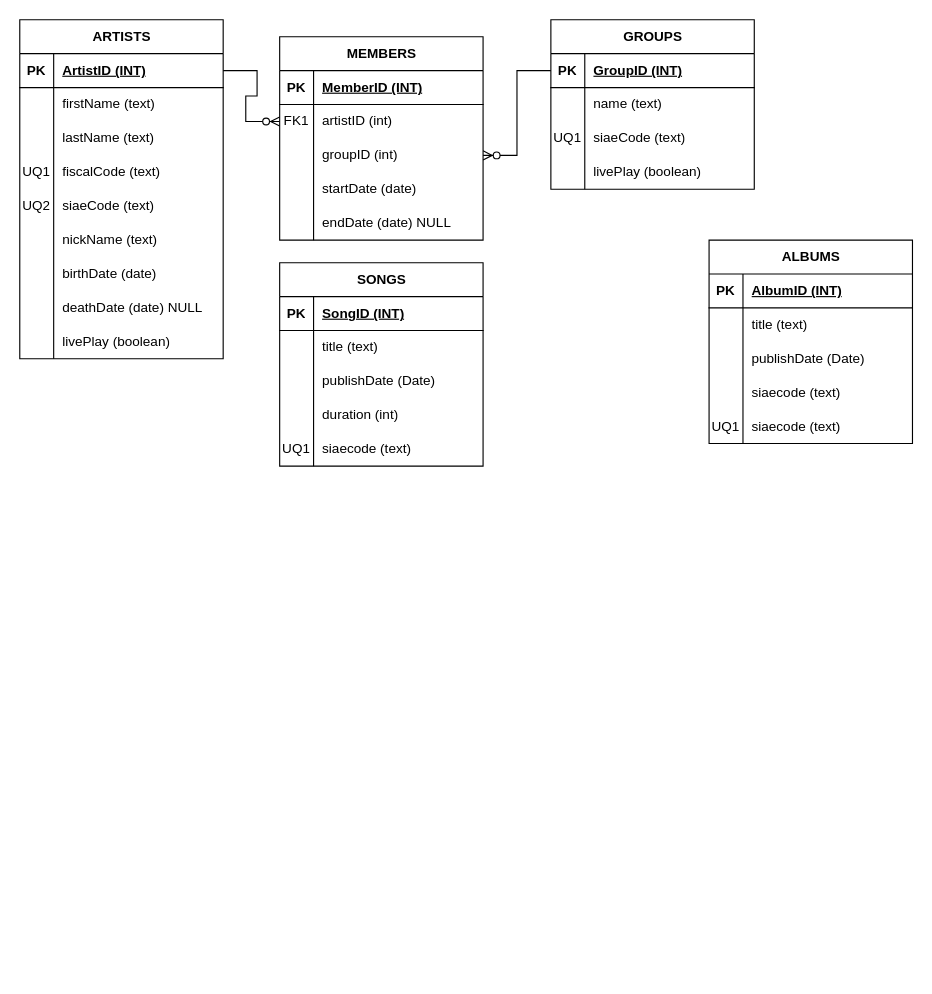
This is Record Company.drawio from federico-mariconti/SIAM-1838, a draw.io file, before an edit. Source tidied: cells renumbered, new cells numbered last; positions are measured from the earlier drawing's top-left corner, leaving out a move shared by most shapes. Both pictures are drawn from the tidied source at 113%, with x=0, y=0 at pixel (19, 19).
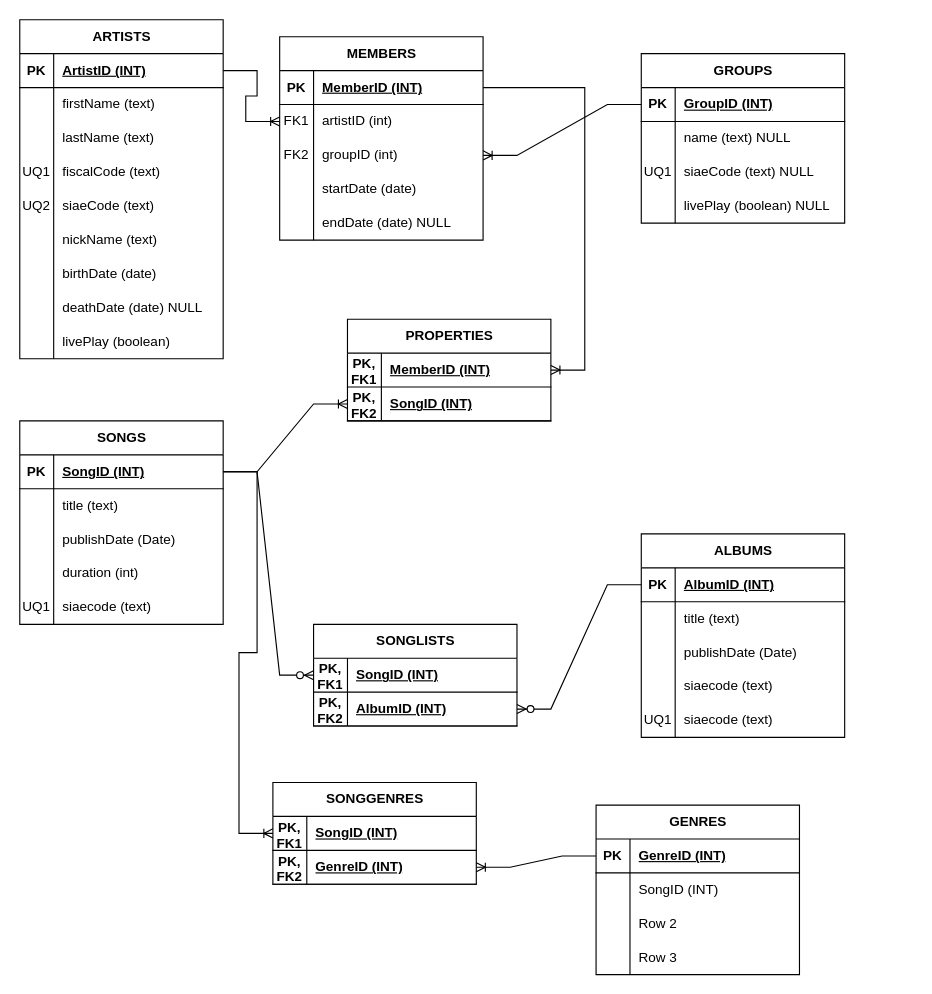
After the change.

Unchanged cells that the change refers to:
```xml
<mxCell id="3" style="shape=tableRow;horizontal=0;startSize=0;swimlaneHead=0;swimlaneBody=0;fillColor=none;points=[[0,0.5],[1,0.5]];portConstraint=eastwest;top=0;left=0;right=0;bottom=1;" parent="2" vertex="1">
  <mxGeometry y="30" width="180" height="30" as="geometry" />
</mxCell>
<mxCell id="31" style="shape=tableRow;horizontal=0;startSize=0;swimlaneHead=0;swimlaneBody=0;fillColor=none;points=[[0,0.5],[1,0.5]];portConstraint=eastwest;top=0;left=0;right=0;bottom=1;" parent="30" vertex="1">
  <mxGeometry y="30" width="180" height="30" as="geometry" />
</mxCell>
<mxCell id="34" style="shape=tableRow;horizontal=0;startSize=0;swimlaneHead=0;swimlaneBody=0;fillColor=none;top=0;left=0;right=0;bottom=0;" parent="30" vertex="1">
  <mxGeometry y="60" width="180" height="30" as="geometry" />
</mxCell>
<mxCell id="37" style="shape=tableRow;horizontal=0;startSize=0;swimlaneHead=0;swimlaneBody=0;fillColor=none;top=0;left=0;right=0;bottom=0;" parent="30" vertex="1">
  <mxGeometry y="90" width="180" height="30" as="geometry" />
</mxCell>
<mxCell id="40" style="shape=tableRow;horizontal=0;startSize=0;swimlaneHead=0;swimlaneBody=0;fillColor=none;top=0;left=0;right=0;bottom=0;" parent="30" vertex="1">
  <mxGeometry y="120" width="180" height="30" as="geometry" />
</mxCell>
<mxCell id="44" style="shape=tableRow;horizontal=0;startSize=0;swimlaneHead=0;swimlaneBody=0;fillColor=none;points=[[0,0.5],[1,0.5]];portConstraint=eastwest;top=0;left=0;right=0;bottom=1;" parent="43" vertex="1">
  <mxGeometry y="30" width="180" height="30" as="geometry" />
</mxCell>
<mxCell id="47" style="shape=tableRow;horizontal=0;startSize=0;swimlaneHead=0;swimlaneBody=0;fillColor=none;points=[[0,0.5],[1,0.5]];portConstraint=eastwest;top=0;left=0;right=0;bottom=0;" parent="43" vertex="1">
  <mxGeometry y="60" width="180" height="30" as="geometry" />
</mxCell>
<mxCell id="50" style="shape=tableRow;horizontal=0;startSize=0;swimlaneHead=0;swimlaneBody=0;fillColor=none;points=[[0,0.5],[1,0.5]];portConstraint=eastwest;top=0;left=0;right=0;bottom=0;" parent="43" vertex="1">
  <mxGeometry y="90" width="180" height="30" as="geometry" />
</mxCell>
<mxCell id="62" style="shape=tableRow;horizontal=0;startSize=0;swimlaneHead=0;swimlaneBody=0;fillColor=none;points=[[0,0.5],[1,0.5]];portConstraint=eastwest;top=0;left=0;right=0;bottom=1;" parent="61" vertex="1">
  <mxGeometry y="30" width="180" height="30" as="geometry" />
</mxCell>
<mxCell id="78" style="shape=tableRow;horizontal=0;startSize=0;swimlaneHead=0;swimlaneBody=0;fillColor=none;points=[[0,0.5],[1,0.5]];portConstraint=eastwest;top=0;left=0;right=0;bottom=1;" parent="77" vertex="1">
  <mxGeometry y="30" width="180" height="30" as="geometry" />
</mxCell>
```

The edit, as a diff of the source:
```diff
@@
     <mxCell id="30" value="GROUPS" style="shape=table;startSize=30;childLayout=tableLayout;rowLines=0;fontStyle=1;align=center;html=1;" parent="1" vertex="1">
-      <mxGeometry x="470" width="180" height="150" as="geometry" />
+      <mxGeometry x="550" y="30" width="180" height="150" as="geometry" />
     </mxCell>
@@
-    <mxCell id="36" value="name (text)" style="shape=partialRectangle;fillColor=none;top=0;left=0;bottom=0;right=0;align=left;spacingLeft=6;overflow=hidden;whiteSpace=wrap;html=1;" parent="34" vertex="1">
+    <mxCell id="36" value="name (text) NULL" style="shape=partialRectangle;fillColor=none;top=0;left=0;bottom=0;right=0;align=left;spacingLeft=6;overflow=hidden;whiteSpace=wrap;html=1;" parent="34" vertex="1">
       <mxGeometry x="30" width="150" height="30" as="geometry" />
     </mxCell>
@@
-    <mxCell id="39" value="siaeCode (text)" style="shape=partialRectangle;fillColor=none;top=0;left=0;bottom=0;right=0;align=left;spacingLeft=6;overflow=hidden;whiteSpace=wrap;html=1;" parent="37" vertex="1">
+    <mxCell id="39" value="siaeCode (text) NULL" style="shape=partialRectangle;fillColor=none;top=0;left=0;bottom=0;right=0;align=left;spacingLeft=6;overflow=hidden;whiteSpace=wrap;html=1;" parent="37" vertex="1">
       <mxGeometry x="30" width="150" height="30" as="geometry" />
     </mxCell>
@@
-    <mxCell id="42" value="livePlay (boolean)" style="shape=partialRectangle;fillColor=none;top=0;left=0;bottom=0;right=0;align=left;spacingLeft=6;overflow=hidden;whiteSpace=wrap;html=1;" parent="40" vertex="1">
+    <mxCell id="42" value="livePlay (boolean) NULL" style="shape=partialRectangle;fillColor=none;top=0;left=0;bottom=0;right=0;align=left;spacingLeft=6;overflow=hidden;whiteSpace=wrap;html=1;" parent="40" vertex="1">
       <mxGeometry x="30" width="150" height="30" as="geometry" />
     </mxCell>
@@
-    <mxCell id="51" style="shape=partialRectangle;fillColor=none;top=0;left=0;bottom=0;right=0;overflow=hidden;whiteSpace=wrap;html=1;" parent="50" vertex="1">
+    <mxCell id="51" value="FK2" style="shape=partialRectangle;fillColor=none;top=0;left=0;bottom=0;right=0;overflow=hidden;whiteSpace=wrap;html=1;" parent="50" vertex="1">
       <mxGeometry width="30" height="30" as="geometry" />
     </mxCell>
@@
-    <mxCell id="59" style="edgeStyle=entityRelationEdgeStyle;fontSize=12;html=1;endArrow=ERzeroToMany;endFill=1;rounded=0;" parent="1" edge="1" source="3" target="47">
-      <mxGeometry relative="1" as="geometry" />
-    </mxCell>
-    <mxCell id="60" style="edgeStyle=entityRelationEdgeStyle;fontSize=12;html=1;endArrow=ERzeroToMany;endFill=1;rounded=0;" parent="1" edge="1" source="31" target="50">
+    <mxCell id="60" style="edgeStyle=entityRelationEdgeStyle;fontSize=12;html=1;endArrow=ERoneToMany;endFill=0;rounded=0;" parent="1" edge="1" source="31" target="50">
       <mxGeometry relative="1" as="geometry" />
     </mxCell>
     <mxCell id="61" value="SONGS" style="shape=table;startSize=30;childLayout=tableLayout;rowLines=0;fontStyle=1;align=center;html=1;" parent="1" vertex="1">
-      <mxGeometry x="230" y="215" width="180" height="180" as="geometry" />
+      <mxGeometry y="355" width="180" height="180" as="geometry" />
     </mxCell>
@@
     <mxCell id="77" value="ALBUMS" style="shape=table;startSize=30;childLayout=tableLayout;rowLines=0;fontStyle=1;align=center;html=1;" parent="1" vertex="1">
-      <mxGeometry x="610" y="195" width="180" height="180" as="geometry" />
+      <mxGeometry x="550" y="455" width="180" height="180" as="geometry" />
     </mxCell>
@@
+    <mxCell id="93" value="SONGLISTS" style="shape=table;startSize=30;childLayout=tableLayout;rowLines=0;fontStyle=1;align=center;html=1;" parent="1" vertex="1">
+      <mxGeometry x="260" y="535" width="180" height="90" as="geometry" />
+    </mxCell>
+    <mxCell id="94" style="shape=tableRow;horizontal=0;startSize=0;swimlaneHead=0;swimlaneBody=0;fillColor=none;points=[[0,0.5],[1,0.5]];portConstraint=eastwest;top=0;left=0;right=0;bottom=1;" parent="93" vertex="1">
+      <mxGeometry y="30" width="180" height="30" as="geometry" />
+    </mxCell>
+    <mxCell id="95" value="PK,&lt;div&gt;FK1&lt;/div&gt;" style="shape=partialRectangle;fillColor=none;top=0;left=0;bottom=0;right=0;fontStyle=1;overflow=hidden;whiteSpace=wrap;html=1;" parent="94" vertex="1">
+      <mxGeometry width="30" height="30" as="geometry" />
+    </mxCell>
+    <mxCell id="96" value="SongID (INT)" style="shape=partialRectangle;fillColor=none;top=0;left=0;bottom=0;right=0;align=left;spacingLeft=6;fontStyle=5;overflow=hidden;whiteSpace=wrap;html=1;" parent="94" vertex="1">
+      <mxGeometry x="30" width="150" height="30" as="geometry" />
+    </mxCell>
+    <mxCell id="97" style="shape=tableRow;horizontal=0;startSize=0;swimlaneHead=0;swimlaneBody=0;fillColor=none;points=[[0,0.5],[1,0.5]];portConstraint=eastwest;top=0;left=0;right=0;bottom=1;" parent="93" vertex="1">
+      <mxGeometry y="60" width="180" height="30" as="geometry" />
+    </mxCell>
+    <mxCell id="98" value="PK,&lt;div&gt;FK2&lt;/div&gt;" style="shape=partialRectangle;fillColor=none;top=0;left=0;bottom=0;right=0;fontStyle=1;overflow=hidden;whiteSpace=wrap;html=1;" parent="97" vertex="1">
+      <mxGeometry width="30" height="30" as="geometry" />
+    </mxCell>
+    <mxCell id="99" value="AlbumID (INT)" style="shape=partialRectangle;fillColor=none;top=0;left=0;bottom=0;right=0;align=left;spacingLeft=6;fontStyle=5;overflow=hidden;whiteSpace=wrap;html=1;" parent="97" vertex="1">
+      <mxGeometry x="30" width="150" height="30" as="geometry" />
+    </mxCell>
+    <mxCell id="100" style="edgeStyle=entityRelationEdgeStyle;fontSize=12;html=1;endArrow=ERzeroToMany;endFill=1;rounded=0;" parent="1" edge="1" source="62" target="94">
+      <mxGeometry relative="1" as="geometry" />
+    </mxCell>
+    <mxCell id="101" style="edgeStyle=entityRelationEdgeStyle;fontSize=12;html=1;endArrow=ERzeroToMany;endFill=1;rounded=0;entryX=1;entryY=0.5;entryDx=0;entryDy=0;" parent="1" edge="1" source="78" target="97">
+      <mxGeometry relative="1" as="geometry" />
+    </mxCell>
+    <mxCell id="102" value="GENRES" style="shape=table;startSize=30;childLayout=tableLayout;rowLines=0;fontStyle=1;align=center;html=1;" parent="1" vertex="1">
+      <mxGeometry x="510" y="695" width="180" height="150" as="geometry" />
+    </mxCell>
+    <mxCell id="103" style="shape=tableRow;horizontal=0;startSize=0;swimlaneHead=0;swimlaneBody=0;fillColor=none;points=[[0,0.5],[1,0.5]];portConstraint=eastwest;top=0;left=0;right=0;bottom=1;" parent="102" vertex="1">
+      <mxGeometry y="30" width="180" height="30" as="geometry" />
+    </mxCell>
+    <mxCell id="104" value="PK" style="shape=partialRectangle;fillColor=none;top=0;left=0;bottom=0;right=0;fontStyle=1;overflow=hidden;whiteSpace=wrap;html=1;" parent="103" vertex="1">
+      <mxGeometry width="30" height="30" as="geometry" />
+    </mxCell>
+    <mxCell id="105" value="GenreID (INT)" style="shape=partialRectangle;fillColor=none;top=0;left=0;bottom=0;right=0;align=left;spacingLeft=6;fontStyle=5;overflow=hidden;whiteSpace=wrap;html=1;" parent="103" vertex="1">
+      <mxGeometry x="30" width="150" height="30" as="geometry" />
+    </mxCell>
+    <mxCell id="106" style="shape=tableRow;horizontal=0;startSize=0;swimlaneHead=0;swimlaneBody=0;fillColor=none;top=0;left=0;right=0;bottom=0;" parent="102" vertex="1">
+      <mxGeometry y="60" width="180" height="30" as="geometry" />
+    </mxCell>
+    <mxCell id="107" style="shape=partialRectangle;fillColor=none;top=0;left=0;bottom=0;right=0;overflow=hidden;whiteSpace=wrap;html=1;" parent="106" vertex="1">
+      <mxGeometry width="30" height="30" as="geometry" />
+    </mxCell>
+    <mxCell id="108" value="SongID (INT)" style="shape=partialRectangle;fillColor=none;top=0;left=0;bottom=0;right=0;align=left;spacingLeft=6;overflow=hidden;whiteSpace=wrap;html=1;" parent="106" vertex="1">
+      <mxGeometry x="30" width="150" height="30" as="geometry" />
+    </mxCell>
+    <mxCell id="109" style="shape=tableRow;horizontal=0;startSize=0;swimlaneHead=0;swimlaneBody=0;fillColor=none;top=0;left=0;right=0;bottom=0;" parent="102" vertex="1">
+      <mxGeometry y="90" width="180" height="30" as="geometry" />
+    </mxCell>
+    <mxCell id="110" style="shape=partialRectangle;fillColor=none;top=0;left=0;bottom=0;right=0;overflow=hidden;whiteSpace=wrap;html=1;" parent="109" vertex="1">
+      <mxGeometry width="30" height="30" as="geometry" />
+    </mxCell>
+    <mxCell id="111" value="Row 2" style="shape=partialRectangle;fillColor=none;top=0;left=0;bottom=0;right=0;align=left;spacingLeft=6;overflow=hidden;whiteSpace=wrap;html=1;" parent="109" vertex="1">
+      <mxGeometry x="30" width="150" height="30" as="geometry" />
+    </mxCell>
+    <mxCell id="112" style="shape=tableRow;horizontal=0;startSize=0;swimlaneHead=0;swimlaneBody=0;fillColor=none;top=0;left=0;right=0;bottom=0;" parent="102" vertex="1">
+      <mxGeometry y="120" width="180" height="30" as="geometry" />
+    </mxCell>
+    <mxCell id="113" style="shape=partialRectangle;fillColor=none;top=0;left=0;bottom=0;right=0;overflow=hidden;whiteSpace=wrap;html=1;" parent="112" vertex="1">
+      <mxGeometry width="30" height="30" as="geometry" />
+    </mxCell>
+    <mxCell id="114" value="Row 3" style="shape=partialRectangle;fillColor=none;top=0;left=0;bottom=0;right=0;align=left;spacingLeft=6;overflow=hidden;whiteSpace=wrap;html=1;" parent="112" vertex="1">
+      <mxGeometry x="30" width="150" height="30" as="geometry" />
+    </mxCell>
+    <mxCell id="115" value="SONGGENRES" style="shape=table;startSize=30;childLayout=tableLayout;rowLines=0;fontStyle=1;align=center;html=1;" parent="1" vertex="1">
+      <mxGeometry x="224" y="675" width="180" height="90" as="geometry" />
+    </mxCell>
+    <mxCell id="116" style="shape=tableRow;horizontal=0;startSize=0;swimlaneHead=0;swimlaneBody=0;fillColor=none;points=[[0,0.5],[1,0.5]];portConstraint=eastwest;top=0;left=0;right=0;bottom=1;" parent="115" vertex="1">
+      <mxGeometry y="30" width="180" height="30" as="geometry" />
+    </mxCell>
+    <mxCell id="117" value="PK,&lt;div&gt;FK1&lt;/div&gt;" style="shape=partialRectangle;fillColor=none;top=0;left=0;bottom=0;right=0;fontStyle=1;overflow=hidden;whiteSpace=wrap;html=1;" parent="116" vertex="1">
+      <mxGeometry width="30" height="30" as="geometry" />
+    </mxCell>
+    <mxCell id="118" value="SongID (INT)" style="shape=partialRectangle;fillColor=none;top=0;left=0;bottom=0;right=0;align=left;spacingLeft=6;fontStyle=5;overflow=hidden;whiteSpace=wrap;html=1;" parent="116" vertex="1">
+      <mxGeometry x="30" width="150" height="30" as="geometry" />
+    </mxCell>
+    <mxCell id="119" style="shape=tableRow;horizontal=0;startSize=0;swimlaneHead=0;swimlaneBody=0;fillColor=none;points=[[0,0.5],[1,0.5]];portConstraint=eastwest;top=0;left=0;right=0;bottom=1;" parent="115" vertex="1">
+      <mxGeometry y="60" width="180" height="30" as="geometry" />
+    </mxCell>
+    <mxCell id="120" value="PK,&lt;div&gt;FK2&lt;/div&gt;" style="shape=partialRectangle;fillColor=none;top=0;left=0;bottom=0;right=0;fontStyle=1;overflow=hidden;whiteSpace=wrap;html=1;" parent="119" vertex="1">
+      <mxGeometry width="30" height="30" as="geometry" />
+    </mxCell>
+    <mxCell id="121" value="GenreID (INT)" style="shape=partialRectangle;fillColor=none;top=0;left=0;bottom=0;right=0;align=left;spacingLeft=6;fontStyle=5;overflow=hidden;whiteSpace=wrap;html=1;" parent="119" vertex="1">
+      <mxGeometry x="30" width="150" height="30" as="geometry" />
+    </mxCell>
+    <mxCell id="122" style="edgeStyle=entityRelationEdgeStyle;fontSize=12;html=1;endArrow=ERoneToMany;rounded=0;" parent="1" edge="1" source="62" target="116">
+      <mxGeometry relative="1" as="geometry" />
+    </mxCell>
+    <mxCell id="123" style="edgeStyle=entityRelationEdgeStyle;fontSize=12;html=1;endArrow=ERoneToMany;rounded=0;" parent="1" edge="1" source="103" target="119">
+      <mxGeometry relative="1" as="geometry" />
+    </mxCell>
+    <mxCell id="59" style="edgeStyle=entityRelationEdgeStyle;fontSize=12;html=1;endArrow=ERoneToMany;rounded=0;" parent="1" edge="1" source="3" target="47">
+      <mxGeometry relative="1" as="geometry" />
+    </mxCell>
+    <mxCell id="124" value="PROPERTIES" style="shape=table;startSize=30;childLayout=tableLayout;rowLines=0;fontStyle=1;align=center;html=1;" parent="1" vertex="1">
+      <mxGeometry x="290" y="265" width="180" height="90" as="geometry" />
+    </mxCell>
+    <mxCell id="125" style="shape=tableRow;horizontal=0;startSize=0;swimlaneHead=0;swimlaneBody=0;fillColor=none;points=[[0,0.5],[1,0.5]];portConstraint=eastwest;top=0;left=0;right=0;bottom=1;" parent="124" vertex="1">
+      <mxGeometry y="30" width="180" height="30" as="geometry" />
+    </mxCell>
+    <mxCell id="126" value="PK,&lt;div&gt;FK1&lt;/div&gt;" style="shape=partialRectangle;fillColor=none;top=0;left=0;bottom=0;right=0;fontStyle=1;overflow=hidden;whiteSpace=wrap;html=1;" parent="125" vertex="1">
+      <mxGeometry width="30" height="30" as="geometry" />
+    </mxCell>
+    <mxCell id="127" value="MemberID (INT)" style="shape=partialRectangle;fillColor=none;top=0;left=0;bottom=0;right=0;align=left;spacingLeft=6;fontStyle=5;overflow=hidden;whiteSpace=wrap;html=1;" parent="125" vertex="1">
+      <mxGeometry x="30" width="150" height="30" as="geometry" />
+    </mxCell>
+    <mxCell id="128" style="shape=tableRow;horizontal=0;startSize=0;swimlaneHead=0;swimlaneBody=0;fillColor=none;points=[[0,0.5],[1,0.5]];portConstraint=eastwest;top=0;left=0;right=0;bottom=1;" parent="124" vertex="1">
+      <mxGeometry y="60" width="180" height="30" as="geometry" />
+    </mxCell>
+    <mxCell id="129" value="PK,&lt;div&gt;FK2&lt;/div&gt;" style="shape=partialRectangle;fillColor=none;top=0;left=0;bottom=0;right=0;fontStyle=1;overflow=hidden;whiteSpace=wrap;html=1;" parent="128" vertex="1">
+      <mxGeometry width="30" height="30" as="geometry" />
+    </mxCell>
+    <mxCell id="130" value="SongID (INT)" style="shape=partialRectangle;fillColor=none;top=0;left=0;bottom=0;right=0;align=left;spacingLeft=6;fontStyle=5;overflow=hidden;whiteSpace=wrap;html=1;" parent="128" vertex="1">
+      <mxGeometry x="30" width="150" height="30" as="geometry" />
+    </mxCell>
+    <mxCell id="131" style="edgeStyle=entityRelationEdgeStyle;fontSize=12;html=1;endArrow=ERoneToMany;rounded=0;" parent="1" edge="1" source="62" target="128">
+      <mxGeometry relative="1" as="geometry" />
+    </mxCell>
+    <mxCell id="132" style="edgeStyle=entityRelationEdgeStyle;fontSize=12;html=1;endArrow=ERoneToMany;rounded=0;" parent="1" edge="1" source="44" target="125">
+      <mxGeometry relative="1" as="geometry" />
+    </mxCell>
```
